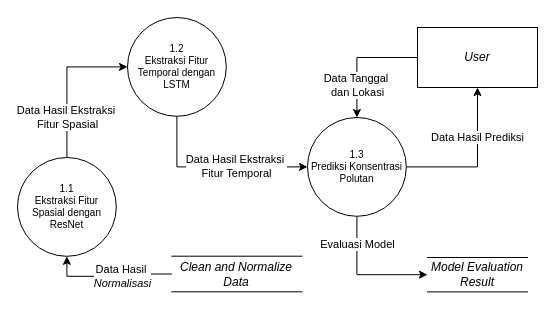
This is page "Page-11" (4 of 13) of sistem.drawio from lullabymav/skrpsi, a draw.io file, before an edit. Source tidied: cells renumbered, new cells numbered last; positions are measured from the earlier drawing's top-left corner, leaving out a move shared by most shapes. Both pictures are drawn from the tidied source at 100%, with x=0, y=0 at pixel (17, 17).
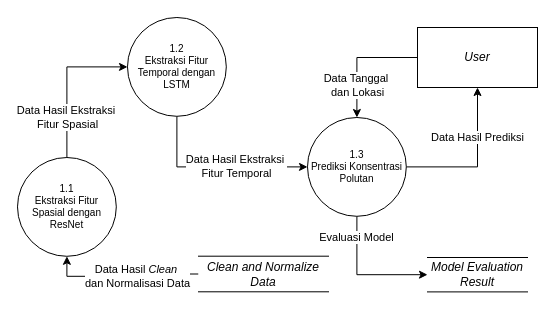
The same diagram, later.

What changed in the source:
```diff
@@
 <mxGraphModel>
   <root>
     <mxCell id="0" />
     <mxCell id="1" parent="0" />
     <mxCell id="2" value="Data Hasil Ekstraksi&amp;nbsp;&lt;div&gt;Fitur Spasial&lt;/div&gt;" style="edgeStyle=orthogonalEdgeStyle;rounded=0;jettySize=auto;html=1;exitX=0.5;exitY=0;exitDx=0;exitDy=0;entryX=0;entryY=0.5;entryDx=0;entryDy=0;" parent="1" edge="1" source="3" target="5">
       <mxGeometry x="-0.47" y="-1" relative="1" as="geometry" />
     </mxCell>
     <mxCell id="3" value="1.1&lt;div&gt;Ekstraksi Fitur Spasial dengan ResNet&lt;/div&gt;" style="ellipse;whiteSpace=wrap;html=1;fontSize=10;" parent="1" vertex="1">
       <mxGeometry y="140" width="98.8" height="98.8" as="geometry" />
     </mxCell>
     <mxCell id="4" value="Data Hasil Ekstraksi&amp;nbsp;&lt;div&gt;Fitur Temporal&lt;/div&gt;" style="edgeStyle=orthogonalEdgeStyle;rounded=0;jettySize=auto;html=1;entryX=0;entryY=0.5;entryDx=0;entryDy=0;exitX=0.5;exitY=1;exitDx=0;exitDy=0;" parent="1" edge="1" source="5" target="8">
       <mxGeometry x="0.23" relative="1" as="geometry">
         <mxPoint x="-1" as="offset" />
       </mxGeometry>
     </mxCell>
     <mxCell id="5" value="1.2&lt;div&gt;Ekstraksi Fitur Temporal dengan LSTM&lt;/div&gt;" style="ellipse;whiteSpace=wrap;html=1;fontSize=10;" parent="1" vertex="1">
       <mxGeometry x="110" width="98.8" height="98.8" as="geometry" />
     </mxCell>
     <mxCell id="6" value="Evaluasi Model" style="edgeStyle=orthogonalEdgeStyle;rounded=0;jettySize=auto;html=1;exitX=0.5;exitY=1;exitDx=0;exitDy=0;entryX=0;entryY=0.5;entryDx=0;entryDy=0;" parent="1" edge="1" source="8" target="13">
-      <mxGeometry x="-0.56" y="1" relative="1" as="geometry" />
+      <mxGeometry x="-0.67" relative="1" as="geometry" />
     </mxCell>
     <mxCell id="7" value="Data Hasil Prediksi" style="edgeStyle=orthogonalEdgeStyle;rounded=0;jettySize=auto;html=1;exitX=1;exitY=0.5;exitDx=0;exitDy=0;" parent="1" edge="1" source="8" target="12">
       <mxGeometry x="0.34" relative="1" as="geometry" />
     </mxCell>
     <mxCell id="8" value="1.3&lt;div&gt;Prediksi Konsentrasi Polutan&lt;/div&gt;" style="ellipse;whiteSpace=wrap;html=1;fontSize=10;" parent="1" vertex="1">
       <mxGeometry x="290" y="100" width="98.8" height="98.8" as="geometry" />
     </mxCell>
-    <mxCell id="9" value="Data Hasil&amp;nbsp;&lt;div&gt;&lt;i&gt;Normalisasi&lt;/i&gt;&lt;/div&gt;" style="edgeStyle=orthogonalEdgeStyle;rounded=0;jettySize=auto;html=1;exitX=0;exitY=0.5;exitDx=0;exitDy=0;entryX=0.5;entryY=1;entryDx=0;entryDy=0;" parent="1" edge="1" source="10" target="3">
+    <mxCell id="9" value="Data Hasil&amp;nbsp;&lt;i&gt;Clean&lt;/i&gt;&amp;nbsp;&lt;div&gt;dan Normalisasi Data&lt;/div&gt;" style="edgeStyle=orthogonalEdgeStyle;rounded=0;jettySize=auto;html=1;exitX=0;exitY=0.5;exitDx=0;exitDy=0;entryX=0.5;entryY=1;entryDx=0;entryDy=0;" parent="1" edge="1" source="10" target="3">
       <mxGeometry x="-0.18" relative="1" as="geometry" />
     </mxCell>
     <mxCell id="10" value="&lt;i&gt;Clean and Normalize Data&lt;/i&gt;" style="html=1;dashed=0;whiteSpace=wrap;shape=partialRectangle;right=0;left=0;" parent="1" vertex="1">
-      <mxGeometry x="154.4" y="238.7" width="130" height="35.6" as="geometry" />
+      <mxGeometry x="181" y="238.7" width="130" height="35.6" as="geometry" />
     </mxCell>
     <mxCell id="11" value="Data Tanggal&amp;nbsp;&lt;div&gt;dan Lokasi&lt;/div&gt;" style="edgeStyle=orthogonalEdgeStyle;rounded=0;jettySize=auto;html=1;exitX=0;exitY=0.5;exitDx=0;exitDy=0;" parent="1" edge="1" source="12" target="8">
       <mxGeometry x="0.47" y="1" relative="1" as="geometry" />
     </mxCell>
     <mxCell id="12" value="&lt;i&gt;User&lt;/i&gt;" style="rounded=0;whiteSpace=wrap;html=1;" parent="1" vertex="1">
       <mxGeometry x="400" y="10" width="120" height="60" as="geometry" />
     </mxCell>
     <mxCell id="13" value="&lt;i&gt;Model Evaluation Result&lt;/i&gt;" style="html=1;dashed=0;whiteSpace=wrap;shape=partialRectangle;right=0;left=0;" parent="1" vertex="1">
       <mxGeometry x="410" y="240" width="100" height="34.4" as="geometry" />
     </mxCell>
   </root>
 </mxGraphModel>
```
